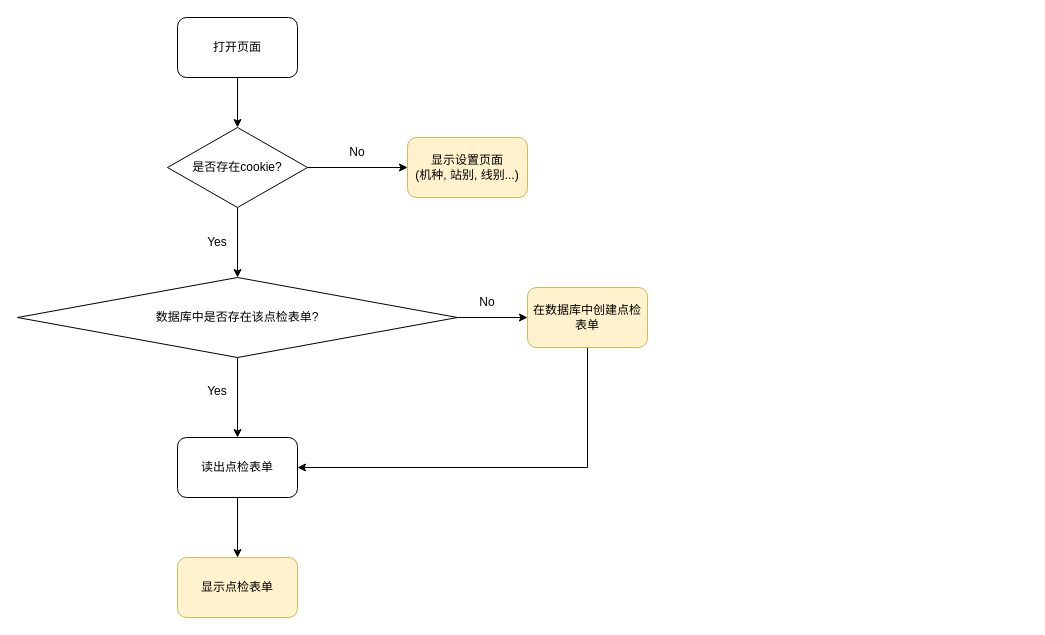
Before: 测试站点检系统.drawio in JackGeminiKu/Diagrams, a draw.io diagram. Source tidied: cells renumbered, new cells numbered last; positions are measured from the earlier drawing's top-left corner, leaving out a move shared by most shapes. Both pictures are drawn from the tidied source at 100%, with x=0, y=0 at pixel (17, 17).
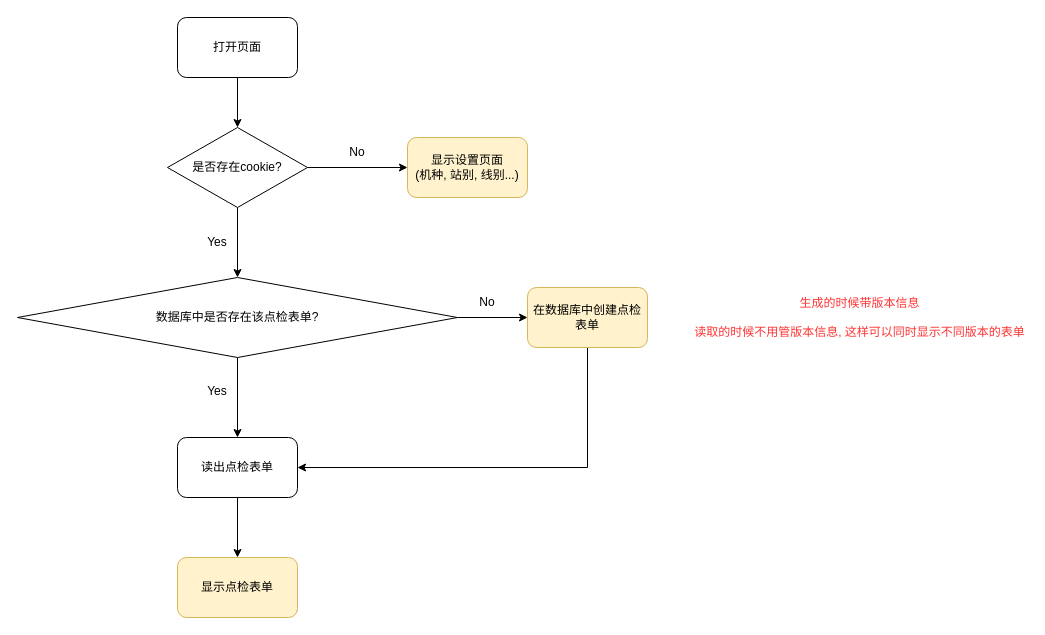
The same page after the edit.

Commit message:
Update 测试站点检系统.drawio

Diff of the diagram source:
```diff
@@
+    <mxCell id="20" value="生成的时候带版本信息&lt;br&gt;&lt;br&gt;读取的时候不用管版本信息,&amp;nbsp;这样可以同时显示不同版本的表单" style="text;html=1;align=center;verticalAlign=middle;whiteSpace=wrap;rounded=0;fontColor=#FF3333;" parent="1" vertex="1">
+      <mxGeometry x="675" y="280" width="335" height="40" as="geometry" />
+    </mxCell>
```
